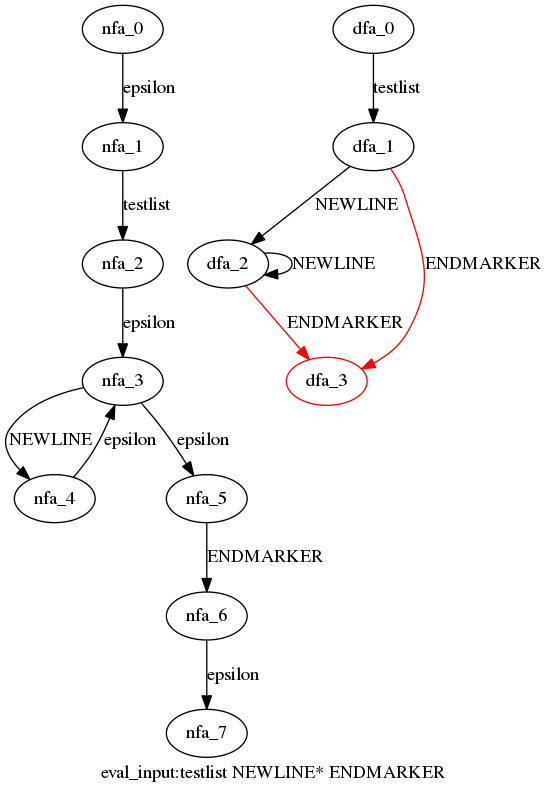
The Graphviz diagram cpython/grammar/handwrite/nfa_dfas/2.eval_input.dot.png in WinChua/blog, before a commit. Its source is kept beside it as cpython/grammar/handwrite/nfa_dfas/2.eval_input.dot.
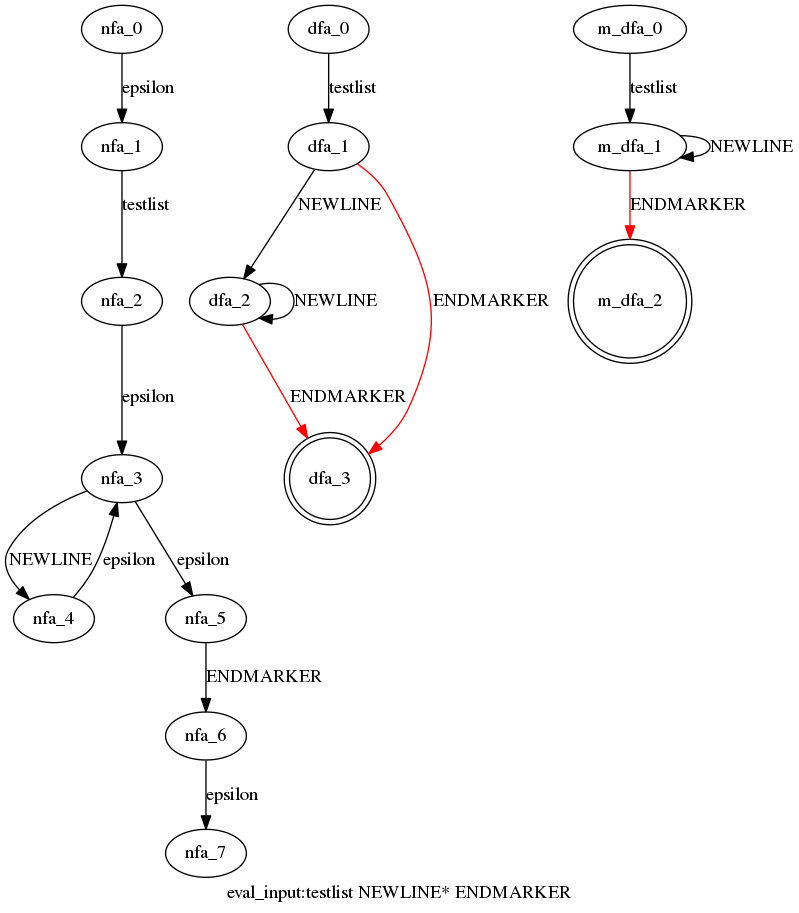
After the change.

What changed in the source:
```diff
@@ -13,9 +13,15 @@
  subgraph eval_input_dfa {
   dfa_0->dfa_1[label="testlist"]
   dfa_1->dfa_2[label="NEWLINE"]
+  dfa_2->dfa_2[label="NEWLINE"]
   dfa_2->dfa_3[label="ENDMARKER",color=red]
-  dfa_2->dfa_2[label="NEWLINE"]
   dfa_1->dfa_3[label="ENDMARKER",color=red]
-  dfa_3[color=red]
+  dfa_3[shape=doublecircle]
+  }
+ subgraph eval_input_m_dfa {
+  m_dfa_0->m_dfa_1[label="testlist"]
+  m_dfa_1->m_dfa_2[label="ENDMARKER",color=red]
+  m_dfa_1->m_dfa_1[label="NEWLINE"]
+  m_dfa_2[shape=doublecircle]
   }
 }
```
